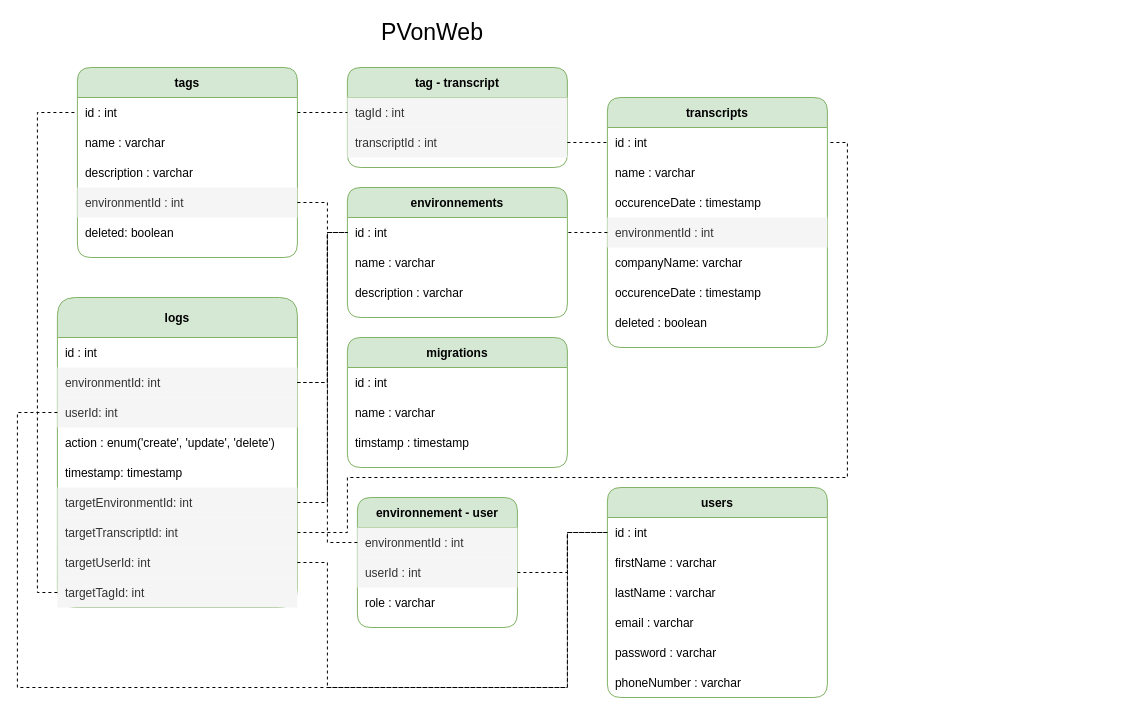
Above: docs/diagram/db/DBDiagramPVW.drawio in TommyRiquet/PVonWeb (draw.io), before the change. Source tidied: cells renumbered, new cells numbered last; positions are measured from the earlier drawing's top-left corner, leaving out a move shared by most shapes. Both pictures are drawn from the tidied source at 100%, with x=0, y=0 at pixel (17, 17).
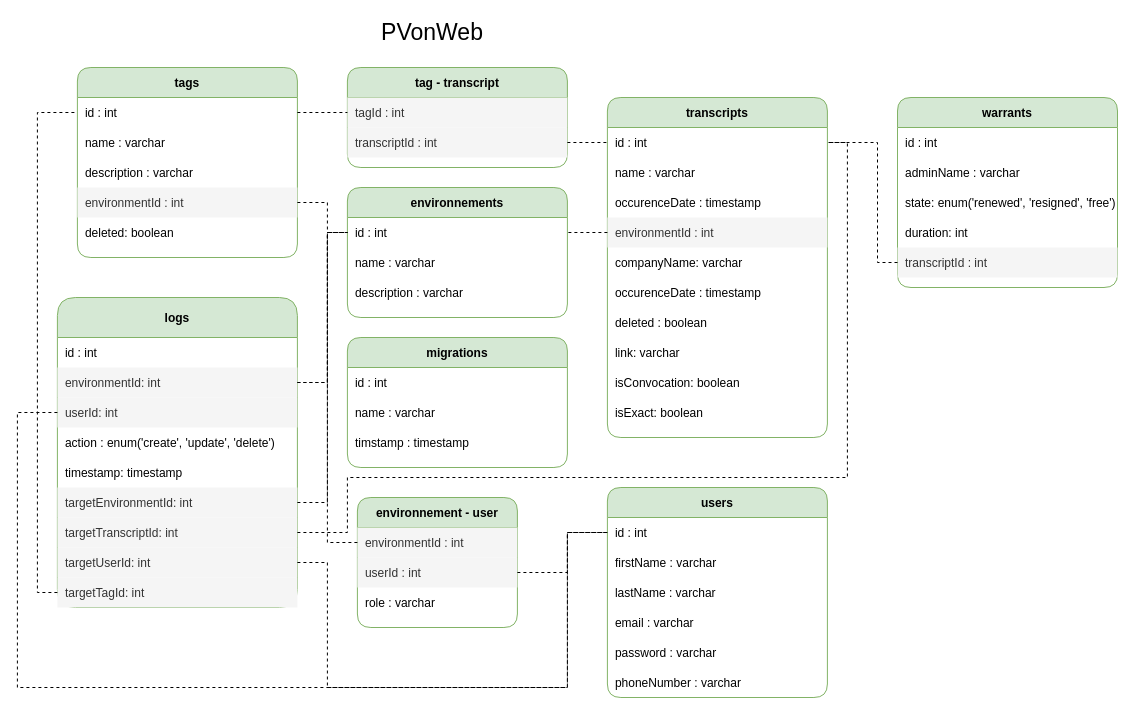
Above is the later version.

Commit message (it also covers changes not shown here):
docs(diagram): db warrant table

Unchanged cells that the change refers to:
```xml
<mxCell id="16" style="shape=partialRectangle;fillColor=none;points=[[0,0.5],[1,0.5]];portConstraint=eastwest;top=0;left=0;right=0;bottom=0;" parent="15" vertex="1">
  <mxGeometry y="30" width="220" height="30" as="geometry" />
</mxCell>
```

What changed in the source:
```diff
@@
     <mxCell id="15" value="transcripts" style="shape=table;startSize=30;childLayout=tableLayout;rowLines=0;fontStyle=1;align=center;rounded=1;fillColor=#d5e8d4;strokeColor=#82b366;swimlaneLine=1;swimlaneFillColor=default;" parent="1" vertex="1">
-      <mxGeometry x="589.9" y="80" width="220" height="250" as="geometry" />
+      <mxGeometry x="589.9" y="80" width="220" height="340" as="geometry" />
     </mxCell>
@@
+    <mxCell id="102" style="shape=partialRectangle;fillColor=none;top=0;left=0;right=0;bottom=0;" parent="15" vertex="1">
+      <mxGeometry y="240" width="220" height="30" as="geometry" />
+    </mxCell>
+    <mxCell id="103" value="link: varchar" style="shape=partialRectangle;overflow=hidden;fillColor=none;top=0;left=0;bottom=0;right=0;align=left;spacingLeft=6;" parent="102" vertex="1">
+      <mxGeometry width="220" height="30" as="geometry" />
+    </mxCell>
+    <mxCell id="104" style="shape=partialRectangle;fillColor=none;top=0;left=0;right=0;bottom=0;" parent="15" vertex="1">
+      <mxGeometry y="270" width="220" height="30" as="geometry" />
+    </mxCell>
+    <mxCell id="105" value="isConvocation: boolean" style="shape=partialRectangle;overflow=hidden;fillColor=none;top=0;left=0;bottom=0;right=0;align=left;spacingLeft=6;" parent="104" vertex="1">
+      <mxGeometry width="220" height="30" as="geometry" />
+    </mxCell>
+    <mxCell id="106" style="shape=partialRectangle;fillColor=none;top=0;left=0;right=0;bottom=0;" parent="15" vertex="1">
+      <mxGeometry y="300" width="220" height="30" as="geometry" />
+    </mxCell>
+    <mxCell id="107" value="isExact: boolean" style="shape=partialRectangle;overflow=hidden;fillColor=none;top=0;left=0;bottom=0;right=0;align=left;spacingLeft=6;" parent="106" vertex="1">
+      <mxGeometry width="220" height="30" as="geometry" />
+    </mxCell>
@@
+    <mxCell id="108" value="warrants" style="shape=table;startSize=30;childLayout=tableLayout;rowLines=0;fontStyle=1;align=center;rounded=1;fillColor=#d5e8d4;strokeColor=#82b366;swimlaneLine=1;swimlaneFillColor=default;" parent="1" vertex="1">
+      <mxGeometry x="880" y="80" width="220" height="190" as="geometry" />
+    </mxCell>
+    <mxCell id="109" style="shape=partialRectangle;fillColor=none;top=0;left=0;right=0;bottom=0;" parent="108" vertex="1">
+      <mxGeometry y="30" width="220" height="30" as="geometry" />
+    </mxCell>
+    <mxCell id="110" value="id : int" style="shape=partialRectangle;overflow=hidden;fillColor=none;top=0;left=0;bottom=0;right=0;align=left;spacingLeft=6;" parent="109" vertex="1">
+      <mxGeometry width="220" height="30" as="geometry" />
+    </mxCell>
+    <mxCell id="111" style="shape=partialRectangle;fillColor=none;top=0;left=0;right=0;bottom=0;" parent="108" vertex="1">
+      <mxGeometry y="60" width="220" height="30" as="geometry" />
+    </mxCell>
+    <mxCell id="112" value="adminName : varchar" style="shape=partialRectangle;overflow=hidden;fillColor=none;top=0;left=0;bottom=0;right=0;align=left;spacingLeft=6;" parent="111" vertex="1">
+      <mxGeometry width="220" height="30" as="geometry" />
+    </mxCell>
+    <mxCell id="113" style="shape=partialRectangle;fillColor=none;top=0;left=0;right=0;bottom=0;" parent="108" vertex="1">
+      <mxGeometry y="90" width="220" height="30" as="geometry" />
+    </mxCell>
+    <mxCell id="114" value="state: enum('renewed', 'resigned', 'free')" style="shape=partialRectangle;overflow=hidden;fillColor=none;top=0;left=0;bottom=0;right=0;align=left;spacingLeft=6;" parent="113" vertex="1">
+      <mxGeometry width="220" height="30" as="geometry" />
+    </mxCell>
+    <mxCell id="115" style="shape=partialRectangle;fillColor=none;top=0;left=0;right=0;bottom=0;" parent="108" vertex="1">
+      <mxGeometry y="120" width="220" height="30" as="geometry" />
+    </mxCell>
+    <mxCell id="116" value="duration: int" style="shape=partialRectangle;overflow=hidden;fillColor=none;top=0;left=0;bottom=0;right=0;align=left;spacingLeft=6;" parent="115" vertex="1">
+      <mxGeometry width="220" height="30" as="geometry" />
+    </mxCell>
+    <mxCell id="117" style="shape=partialRectangle;fillColor=none;points=[[0,0.5],[1,0.5]];portConstraint=eastwest;top=0;left=0;right=0;bottom=0;" parent="108" vertex="1">
+      <mxGeometry y="150" width="220" height="30" as="geometry" />
+    </mxCell>
+    <mxCell id="118" value="transcriptId : int" style="shape=partialRectangle;overflow=hidden;top=0;left=0;bottom=0;right=0;align=left;spacingLeft=6;fillColor=#f5f5f5;fontColor=#333333;strokeColor=#666666;" parent="117" vertex="1">
+      <mxGeometry width="220" height="30" as="geometry" />
+    </mxCell>
+    <mxCell id="119" style="edgeStyle=orthogonalEdgeStyle;rounded=0;jettySize=auto;html=1;endArrow=none;endFill=0;dashed=1;" parent="1" edge="1" source="117" target="16">
+      <mxGeometry relative="1" as="geometry">
+        <Array as="points">
+          <mxPoint x="860" y="245" />
+          <mxPoint x="860" y="125" />
+        </Array>
+      </mxGeometry>
+    </mxCell>
```
